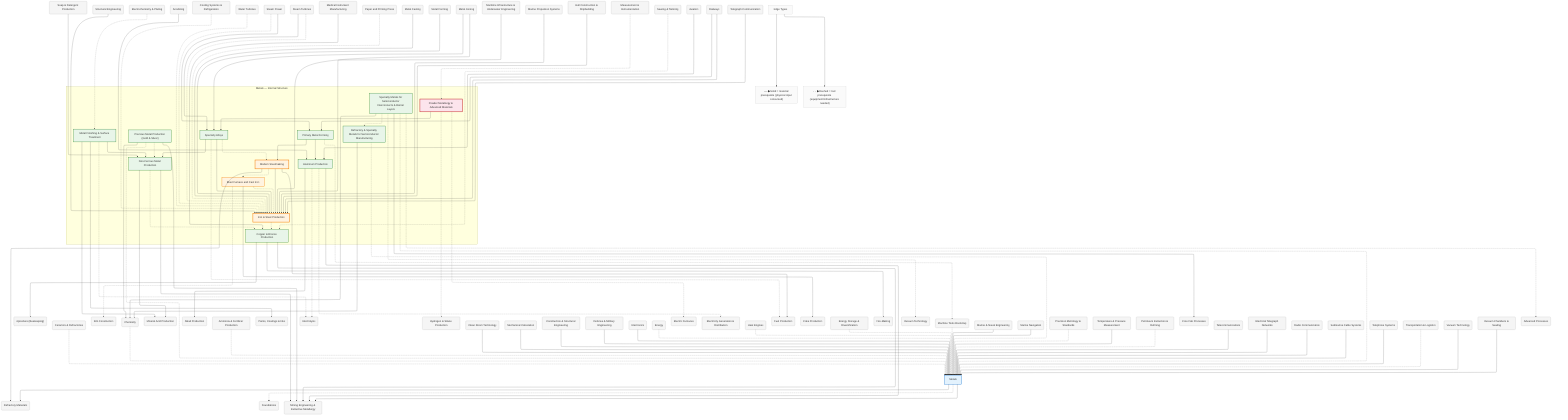
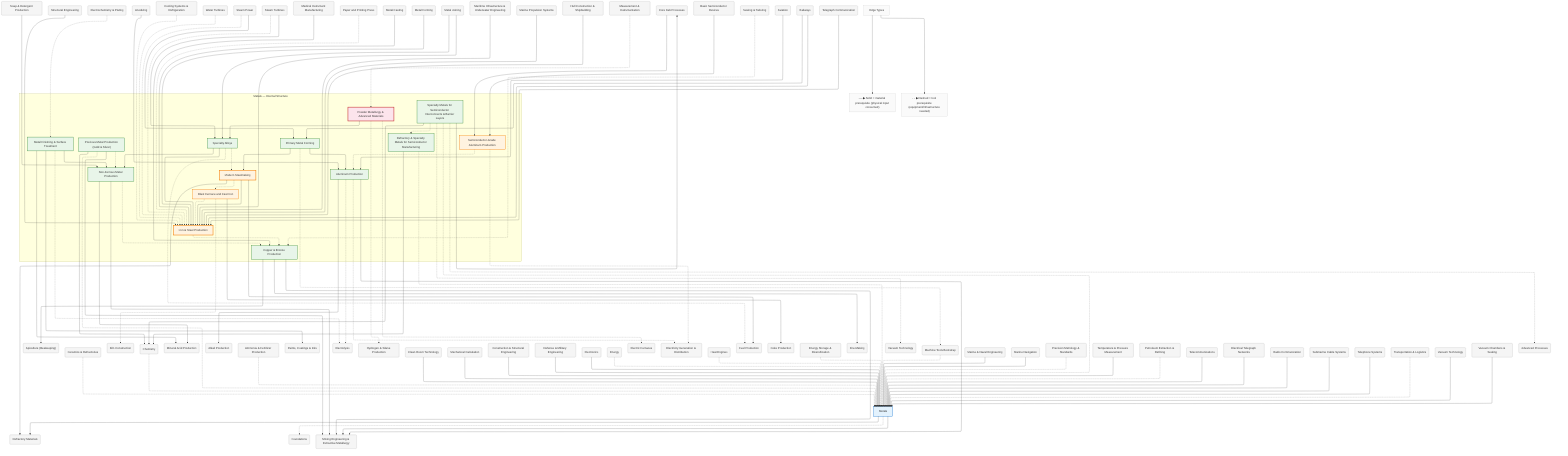
%%{init: {"flowchart": {"defaultRenderer": "elk", "htmlLabels": true}}}%%
graph TD
    %% Domain: Metals

    %% ==================== INTERNAL NODES ====================
    subgraph metals_internal ["Metals — Internal Structure"]
        direction TB
        metals_copper-bronze["Copper & Bronze Production"]
        metals_iron-steel["Iron & Steel Production"]
        metals_iron-steel_blast-furnace["Blast Furnace and Cast Iron"]
        metals_steelmaking["Modern Steelmaking"]
        metals_aluminum["Aluminum Production"]
+         metals_aluminum_semiconductor-grade["Semiconductor-Grade Aluminum Production"]
        metals_non-ferrous["Non-Ferrous Metal Production"]
        metals_alloys["Specialty Alloys"]
        metals_forming["Primary Metal Forming"]
        metals_finishing["Metal Finishing & Surface Treatment"]
        metals_powder-metallurgy["Powder Metallurgy & Advanced Materials"]
        metals_refractory-specialty["Refractory & Specialty Metals for Semiconductor Manufacturing"]
        metals_specialty-semiconductor["Specialty Metals for Semiconductor Interconnects & Barrier Layers"]
        metals_precious-metals["Precious Metal Production (Gold & Silver)"]
    end

    %% ==================== DOMAIN NODE ====================
    metals["Metals"]

    %% ==================== EXTERNAL DEPENDENCIES ====================
    animals_beekeeping("Apiculture (Beekeeping)")
    ceramics("Ceramics & Refractories")
    ceramics_kilns("Kiln Construction")
    chemistry("Chemistry")
    chemistry_acids("Mineral Acid Production")
    chemistry_alkalis("Alkali Production")
    chemistry_ammonia("Ammonia & Fertilizer Production")
    chemistry_coatings("Paints, Coatings & Inks")
    chemistry_electrolysis("Electrolysis")
    chemistry_hydrogen-silane("Hydrogen & Silane Production")
    chemistry_refractories("Refractory Materials")
    chemistry_soap("Soap & Detergent Production")
    cleanrooms("Clean Room Technology")
    computing_mechanical("Mechanical Calculation")
    construction("Construction & Structural Engineering")
    construction_structural-engineering("Structural Engineering")
    defense("Defense & Military Engineering")
    electrochemistry("Electrochemistry & Plating")
    electrochemistry_anodizing("Anodizing")
    electronics("Electronics")
    energy("Energy")
    energy_cooling("Cooling Systems & Refrigeration")
    energy_electric-furnaces("Electric Furnaces")
    energy_electricity("Electricity Generation & Distribution")
    energy_engine("Heat Engines")
    energy_fuels("Fuel Production")
    energy_fuels_coke("Coke Production")
    energy_gravity_water-turbines("Water Turbines")
    energy_steam-power("Steam Power")
    energy_steam-power_steam-turbines("Steam Turbines")
    energy_storage("Energy Storage & Diversification")
    foundations("Foundations")
    foundations_fire("Fire-Making")
    gas-handling_vacuum("Vacuum Technology")
    health_medical-instruments("Medical Instrument Manufacturing")
    knowledge_printing("Paper and Printing Press")
    machine-tools("Machine Tools Bootstrap")
    machine-tools_casting("Metal Casting")
    machine-tools_forming("Metal Forming")
    machine-tools_joining("Metal Joining")
    marine("Marine & Naval Engineering")
    marine_infrastructure("Maritime Infrastructure & Underwater Engineering")
    marine_navigation("Marine Navigation")
    marine_propulsion("Marine Propulsion Systems")
    marine_shipbuilding("Hull Construction & Shipbuilding")
    measurement("Measurement & Instrumentation")
    measurement_precision-metrology("Precision Metrology & Standards")
    measurement_temperature-pressure("Temperature & Pressure Measurement")
    mining("Mining Engineering & Extractive Metallurgy")
    petroleum("Petroleum Extraction & Refining")
    photolithography_fab-processes("Core Fab Processes")
+     silicon_basic-devices("Basic Semiconductor Devices")
    telecom("Telecommunications")
    telecom_electric-telegraph("Electrical Telegraph Networks")
    telecom_radio("Radio Communication")
    telecom_submarine-cables("Submarine Cable Systems")
    telecom_telephone("Telephone Systems")
    textiles_sewing-tailoring("Sewing & Tailoring")
    transport("Transportation & Logistics")
    transport_aviation("Aviation")
    transport_railways("Railways")
    transport_telegraph("Telegraph Communication")
    vacuum("Vacuum Technology")
    vacuum_chambers("Vacuum Chambers & Sealing")
    vlsi-scaling_advanced-processes("Advanced Processes")

    %% ==================== EDGES ====================
    metals_iron-steel -.-> metals_copper-bronze
    metals_iron-steel_blast-furnace -.-> metals_iron-steel
    metals_steelmaking -.-> metals_iron-steel_blast-furnace
    metals_steelmaking --> metals_iron-steel
    metals_forming --> metals_steelmaking
    metals_alloys -.-> metals_steelmaking
+     metals_aluminum_semiconductor-grade -.-> metals_aluminum
    metals_non-ferrous -.-> metals_copper-bronze
    metals_alloys --> metals_non-ferrous
    metals_finishing --> metals_non-ferrous
    metals_alloys --> metals_iron-steel
    metals_forming --> metals_aluminum
    metals_powder-metallurgy --> metals_alloys
    metals_refractory-specialty -.-> metals
    metals_specialty-semiconductor -.-> metals
    metals_specialty-semiconductor -.-> metals_refractory-specialty
    metals_precious-metals -.-> metals
    metals_precious-metals -.-> metals_non-ferrous
    metals -.-> foundations
    metals --> mining
    machine-tools_joining --> metals_iron-steel
    machine-tools -.-> metals
    machine-tools_casting --> metals_iron-steel
    energy -.-> metals
    energy_steam-power -.-> metals_iron-steel
    energy_cooling -.-> metals_iron-steel
    chemistry -.-> metals
    measurement_precision-metrology -.-> metals
    energy_storage -.-> metals
    ceramics -.-> metals
    transport -.-> metals
    metals_copper-bronze --> foundations_fire
    metals_copper-bronze --> mining
    machine-tools_forming --> metals_iron-steel
    computing_mechanical --> metals
    transport_railways --> metals_iron-steel
    measurement_temperature-pressure --> metals
    energy_engine -.-> metals
    energy_steam-power_steam-turbines -.-> metals_iron-steel
    energy_gravity_water-turbines -.-> metals_iron-steel
    metals_iron-steel_blast-furnace --> energy_fuels_coke
    metals_iron-steel_blast-furnace -.-> ceramics_kilns
    transport_telegraph --> metals_iron-steel
    knowledge_printing -.-> metals_iron-steel
    chemistry_ammonia -.-> metals
    metals --> chemistry_refractories
    metals_steelmaking --> chemistry_refractories
    metals_steelmaking --> energy_fuels
    metals_aluminum -.-> chemistry_electrolysis
    metals_aluminum --> chemistry_alkalis
    metals_aluminum -.-> energy_electricity
    metals_aluminum --> mining
    transport_aviation --> metals_aluminum
+     metals_aluminum_semiconductor-grade -.-> energy_electricity
+     silicon_basic-devices --> metals_aluminum_semiconductor-grade
+     photolithography_fab-processes --> metals_aluminum_semiconductor-grade
    metals_non-ferrous --> mining
    metals_non-ferrous --> chemistry_acids
    chemistry_soap --> metals_non-ferrous
    energy_steam-power_steam-turbines --> metals_alloys
    machine-tools_joining --> metals_alloys
    metals_forming -.-> machine-tools
    transport_railways --> metals_forming
    energy_steam-power --> metals_forming
    metals_finishing --> chemistry_acids
    metals_finishing -.-> chemistry_electrolysis
    metals_finishing --> chemistry_coatings
    metals_powder-metallurgy -.-> chemistry_hydrogen-silane
    metals_powder-metallurgy -.-> energy_electric-furnaces
    measurement -.-> metals_powder-metallurgy
    metals_alloys -.-> energy_fuels
    metals_copper-bronze --> animals_beekeeping
    textiles_sewing-tailoring -.-> metals_copper-bronze
    health_medical-instruments --> metals_copper-bronze
    electronics --> metals
    metals_refractory-specialty --> chemistry
    metals_specialty-semiconductor --> chemistry
    metals_specialty-semiconductor --> photolithography_fab-processes
    metals_specialty-semiconductor -.-> vlsi-scaling_advanced-processes
    metals_specialty-semiconductor -.-> gas-handling_vacuum
    metals_precious-metals --> chemistry
    metals_precious-metals --> mining
    cleanrooms --> metals
    vacuum --> metals
    vacuum_chambers --> metals
    electrochemistry -.-> metals_finishing
    electrochemistry_anodizing --> metals_aluminum
    petroleum -.-> metals
    defense --> metals
    construction --> metals
    construction_structural-engineering --> metals_iron-steel
    telecom --> metals
    telecom_electric-telegraph --> metals
    telecom_telephone --> metals
    telecom_submarine-cables --> metals
    telecom_radio --> metals
    marine --> metals
    marine_shipbuilding --> metals_iron-steel
    marine_navigation --> metals
    marine_propulsion --> metals_iron-steel
    marine_infrastructure --> metals_iron-steel

    %% ==================== EDGE TYPE LEGEND ====================
    EdgeLegend["Edge Types"]
    EdgeLegend --> MatNote["──▶ Solid = material prerequisite (physical input consumed)"]
    EdgeLegend --> ToolNote["- - ▶ Dashed = tool prerequisite (equipment/infrastructure needed)"]

    %% ==================== STYLING ====================
    classDef domain fill:#e3f2fd,stroke:#1976d2,stroke-width:2px
    classDef capability fill:#e8f5e9,stroke:#388e3c,stroke-width:2px
    classDef process fill:#fff3e0,stroke:#f57c00,stroke-width:2px
    classDef critical fill:#fff3e0,stroke:#f57c00,stroke-width:3px
    classDef earlyWin fill:#e8f5e9,stroke:#388e3c,stroke-width:3px
    classDef pinnacle fill:#fce4ec,stroke:#c62828,stroke-width:3px
    classDef external fill:#f5f5f5,stroke:#9e9e9e,stroke-width:1px
    classDef legend fill:#fafafa,stroke:#bdbdbd,stroke-width:1px
    class metals domain
    class metals_copper-bronze capability
    class metals_iron-steel critical
    class metals_iron-steel_blast-furnace process
    class metals_steelmaking critical
    class metals_aluminum capability
+     class metals_aluminum_semiconductor-grade process
    class metals_non-ferrous capability
    class metals_alloys capability
    class metals_forming capability
    class metals_finishing capability
    class metals_powder-metallurgy pinnacle
    class metals_refractory-specialty capability
    class metals_specialty-semiconductor capability
    class metals_precious-metals capability
    class animals_beekeeping external
    class ceramics external
    class ceramics_kilns external
    class chemistry external
    class chemistry_acids external
    class chemistry_alkalis external
    class chemistry_ammonia external
    class chemistry_coatings external
    class chemistry_electrolysis external
    class chemistry_hydrogen-silane external
    class chemistry_refractories external
    class chemistry_soap external
    class cleanrooms external
    class computing_mechanical external
    class construction external
    class construction_structural-engineering external
    class defense external
    class electrochemistry external
    class electrochemistry_anodizing external
    class electronics external
    class energy external
    class energy_cooling external
    class energy_electric-furnaces external
    class energy_electricity external
    class energy_engine external
    class energy_fuels external
    class energy_fuels_coke external
    class energy_gravity_water-turbines external
    class energy_steam-power external
    class energy_steam-power_steam-turbines external
    class energy_storage external
    class foundations external
    class foundations_fire external
    class gas-handling_vacuum external
    class health_medical-instruments external
    class knowledge_printing external
    class machine-tools external
    class machine-tools_casting external
    class machine-tools_forming external
    class machine-tools_joining external
    class marine external
    class marine_infrastructure external
    class marine_navigation external
    class marine_propulsion external
    class marine_shipbuilding external
    class measurement external
    class measurement_precision-metrology external
    class measurement_temperature-pressure external
    class mining external
    class petroleum external
    class photolithography_fab-processes external
+     class silicon_basic-devices external
    class telecom external
    class telecom_electric-telegraph external
    class telecom_radio external
    class telecom_submarine-cables external
    class telecom_telephone external
    class textiles_sewing-tailoring external
    class transport external
    class transport_aviation external
    class transport_railways external
    class transport_telegraph external
    class vacuum external
    class vacuum_chambers external
    class vlsi-scaling_advanced-processes external
    class EdgeLegend,MatNote,ToolNote legend
